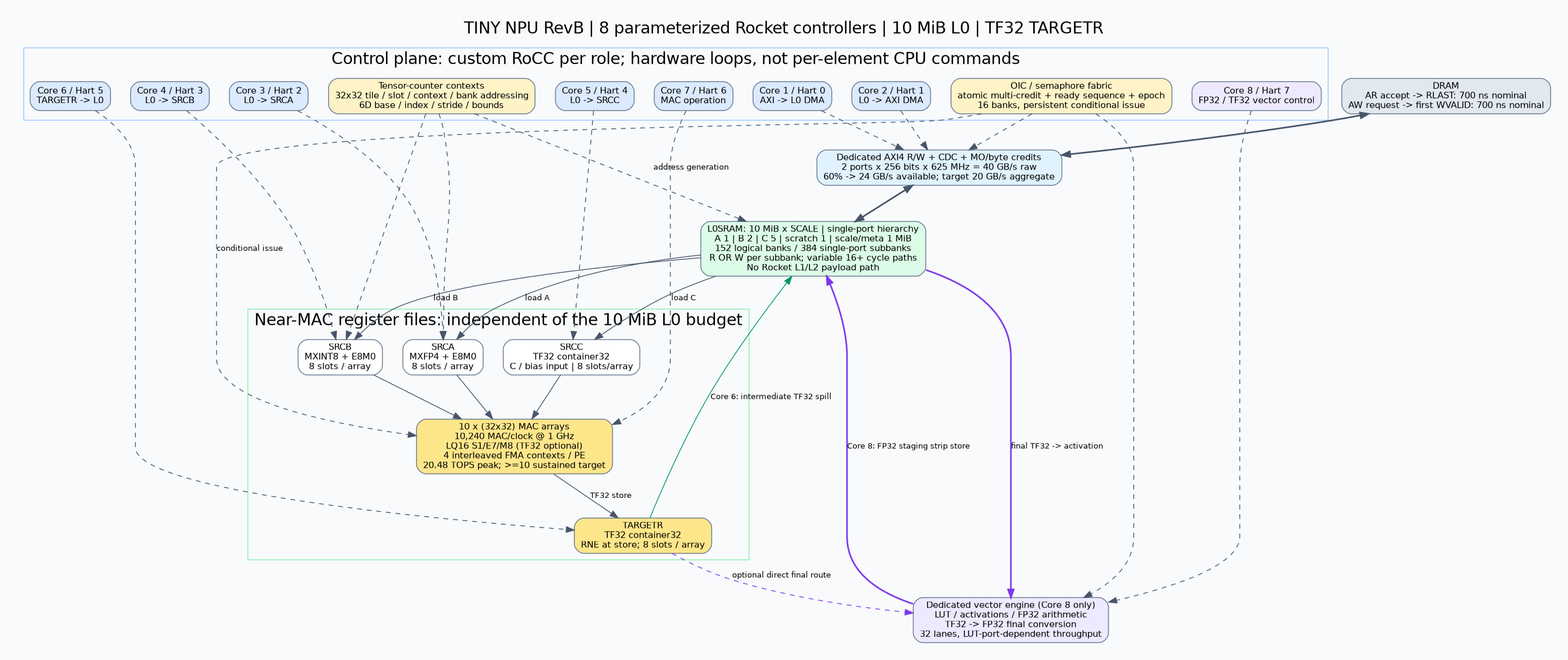
This is tiny-npu/architecture/v2/architecture.png from jhroh13/chipyard, a Graphviz export, as it was before one commit. Its source is kept beside it as tiny-npu/architecture/v2/architecture.dot.
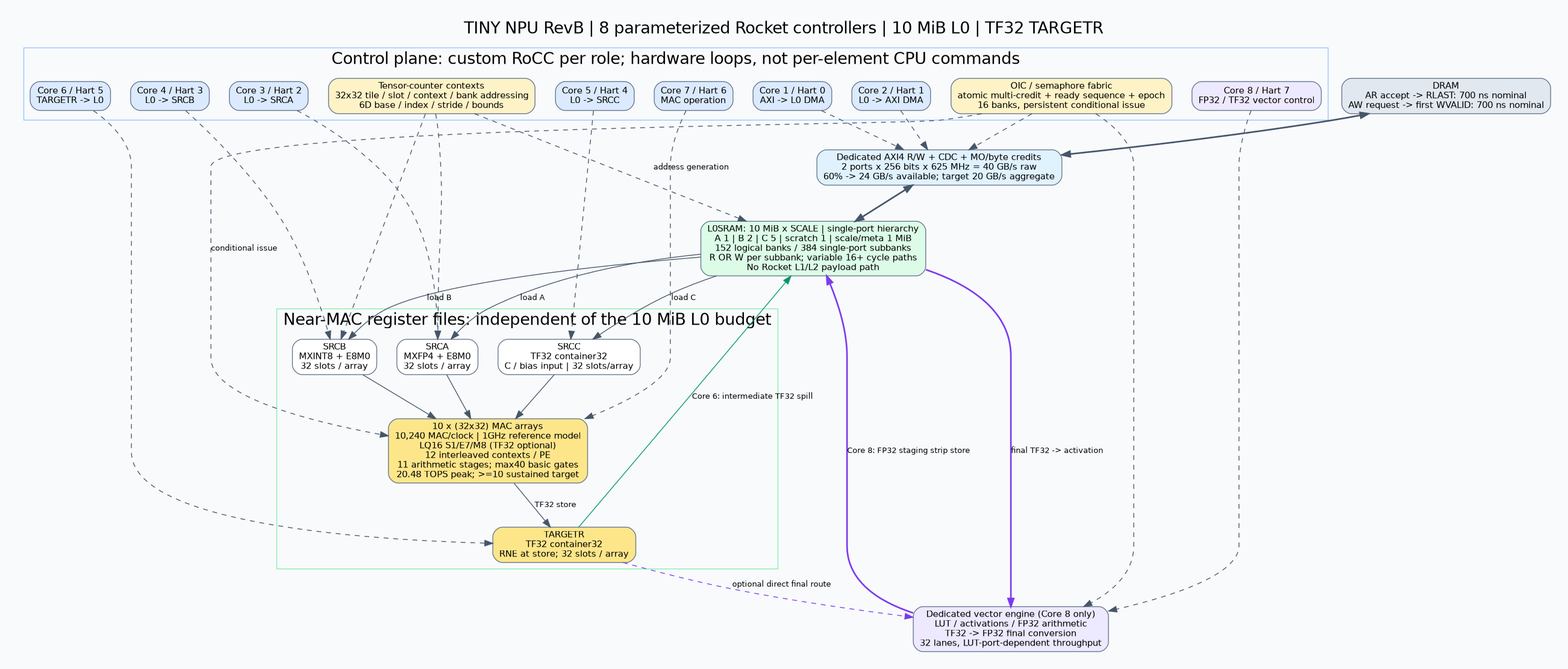
Later version of the same file.

The edit, as a diff of the source:
```diff
@@ -22,11 +22,11 @@
  l0[label="L0SRAM: 10 MiB x SCALE | single-port hierarchy\nA 1 | B 2 | C 5 | scratch 1 | scale/meta 1 MiB\n152 logical banks / 384 single-port subbanks\nR OR W per subbank; variable 16+ cycle paths\nNo Rocket L1/L2 payload path",fillcolor="#dcfce7"];
  subgraph cluster_near {
   label="Near-MAC register files: independent of the 10 MiB L0 budget";color="#86efac";
-  ra[label="SRCA\nMXFP4 + E8M0\n8 slots / array"];
-  rb[label="SRCB\nMXINT8 + E8M0\n8 slots / array"];
-  rc[label="SRCC\nTF32 container32\nC / bias input | 8 slots/array"];
-  mac[label="10 x (32x32) MAC arrays\n10,240 MAC/clock @ 1 GHz\nLQ16 S1/E7/M8 (TF32 optional)\n4 interleaved FMA contexts / PE\n20.48 TOPS peak; >=10 sustained target",fillcolor="#fde68a"];
-  tr[label="TARGETR\nTF32 container32\nRNE at store; 8 slots / array",fillcolor="#fde68a"];
+  ra[label="SRCA\nMXFP4 + E8M0\n32 slots / array"];
+  rb[label="SRCB\nMXINT8 + E8M0\n32 slots / array"];
+  rc[label="SRCC\nTF32 container32\nC / bias input | 32 slots/array"];
+  mac[label="10 x (32x32) MAC arrays\n10,240 MAC/clock | 1GHz reference model\nLQ16 S1/E7/M8 (TF32 optional)\n12 interleaved contexts / PE\n11 arithmetic stages; max40 basic gates\n20.48 TOPS peak; >=10 sustained target",fillcolor="#fde68a"];
+  tr[label="TARGETR\nTF32 container32\nRNE at store; 32 slots / array",fillcolor="#fde68a"];
  }
  vec[label="Dedicated vector engine (Core 8 only)\nLUT / activations / FP32 arithmetic\nTF32 -> FP32 final conversion\n32 lanes, LUT-port-dependent throughput",fillcolor="#ede9fe"];
  dram -> dma [dir=both,penwidth=2];dma -> l0 [dir=both,penwidth=2];
```
